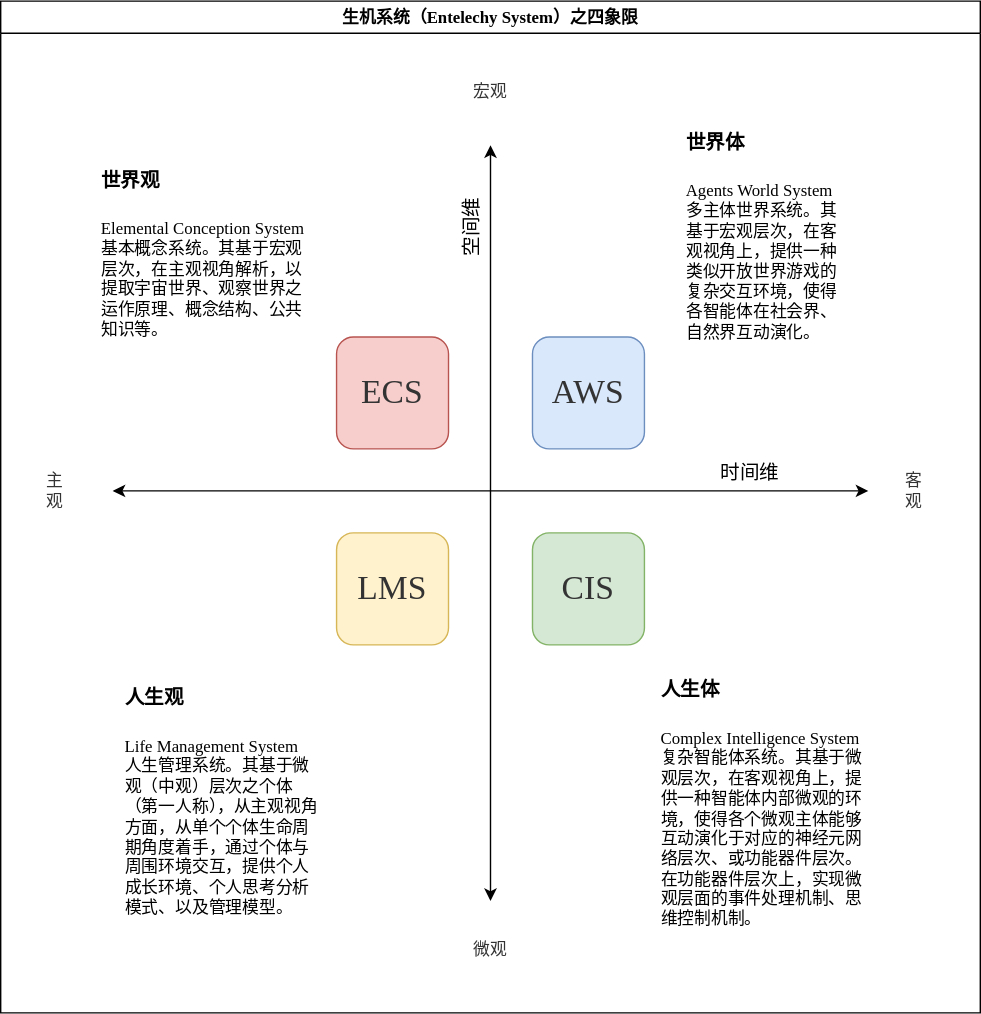
This is attachment/总体分析框架-生机系统之总体框架-四象限.drawio.svg from EntelechySystem/EntelechySystem, a draw.io export, as it was before one commit. Source tidied: cells renumbered, new cells last; positions are measured from the earlier drawing's top-left corner, leaving out a move shared by most shapes. The source it was exported from:
```xml
<mxGraphModel>
  <root>
    <mxCell id="0" />
    <mxCell id="1" parent="0" />
    <mxCell id="2" value="生机系统（Entelechy System）之四象限" style="swimlane;fontFamily=Times New Roman;fontSize=12;fixDash=0;" parent="1" vertex="1">
      <mxGeometry width="700" height="723" as="geometry" />
    </mxCell>
    <mxCell id="3" style="endArrow=classic;startArrow=classic;html=1;rounded=0;fontColor=#333333;flowAnimation=0;" parent="2" edge="1">
      <mxGeometry relative="1" as="geometry">
        <mxPoint x="80" y="350" as="sourcePoint" />
        <mxPoint x="620" y="350" as="targetPoint" />
      </mxGeometry>
    </mxCell>
    <mxCell id="4" value="时间维" style="edgeLabel;html=1;align=center;verticalAlign=middle;fontSize=14;fontFamily=Times New Roman;fontColor=default;" parent="3" vertex="1">
      <mxGeometry x="0.62" y="4" relative="1" as="geometry">
        <mxPoint x="17" y="-8" as="offset" />
      </mxGeometry>
    </mxCell>
    <mxCell id="5" style="endArrow=classic;startArrow=classic;html=1;rounded=0;fontColor=#333333;flowAnimation=0;" parent="2" edge="1">
      <mxGeometry relative="1" as="geometry">
        <mxPoint x="350" y="103" as="sourcePoint" />
        <mxPoint x="350" y="643" as="targetPoint" />
      </mxGeometry>
    </mxCell>
    <mxCell id="6" value="空间维" style="edgeLabel;html=1;align=center;verticalAlign=middle;fontSize=14;fontFamily=Times New Roman;fontColor=default;rotation=-90;" parent="5" vertex="1">
      <mxGeometry x="-0.82" y="-2" relative="1" as="geometry">
        <mxPoint x="-11" y="9" as="offset" />
      </mxGeometry>
    </mxCell>
    <mxCell id="7" value="宏观" style="text;html=1;strokeColor=none;fillColor=none;align=center;verticalAlign=middle;whiteSpace=wrap;rounded=0;fontColor=#333333;fontFamily=Times New Roman;" parent="2" vertex="1">
      <mxGeometry x="320" y="50" width="60" height="30" as="geometry" />
    </mxCell>
    <mxCell id="8" value="微观" style="text;html=1;strokeColor=none;fillColor=none;align=center;verticalAlign=middle;whiteSpace=wrap;rounded=0;fontColor=#333333;fontFamily=Times New Roman;" parent="2" vertex="1">
      <mxGeometry x="320" y="663" width="60" height="30" as="geometry" />
    </mxCell>
    <mxCell id="9" value="客观" style="text;html=1;strokeColor=none;fillColor=none;align=center;verticalAlign=middle;whiteSpace=wrap;rounded=0;fontColor=#333333;fontFamily=Times New Roman;horizontal=1;" parent="2" vertex="1">
      <mxGeometry x="642" y="334.5" width="21" height="30" as="geometry" />
    </mxCell>
    <mxCell id="10" value="主观" style="text;html=1;strokeColor=none;fillColor=none;align=center;verticalAlign=middle;whiteSpace=wrap;rounded=0;fontColor=#333333;fontFamily=Times New Roman;" parent="2" vertex="1">
      <mxGeometry x="29" y="334.5" width="20" height="30" as="geometry" />
    </mxCell>
    <mxCell id="11" value="&lt;h1 style=&quot;&quot;&gt;&lt;span style=&quot;font-size: 14px;&quot;&gt;世界体&lt;/span&gt;&lt;/h1&gt;&lt;p style=&quot;font-size: 12px;&quot;&gt;Agents World System 多主体世界系统。其基于宏观层次，在客观视角上，提供一种类似开放世界游戏的复杂交互环境，使得各智能体在社会界、自然界互动演化。&lt;/p&gt;" style="text;html=1;strokeColor=none;fillColor=none;spacing=5;spacingTop=-20;whiteSpace=wrap;overflow=hidden;rounded=0;fontFamily=Times New Roman;fontSize=12;" parent="2" vertex="1">
      <mxGeometry x="485" y="78" width="127" height="180.5" as="geometry" />
    </mxCell>
    <mxCell id="12" value="&lt;h1 style=&quot;&quot;&gt;&lt;span style=&quot;font-size: 14px;&quot;&gt;世界观&lt;/span&gt;&lt;/h1&gt;&lt;p style=&quot;font-size: 12px;&quot;&gt;Elemental Conception System 基本概念系统。其基于宏观层次，在主观视角解析，以提取宇宙世界、观察世界之运作原理、概念结构、公共知识等。&lt;br&gt;&lt;/p&gt;" style="text;html=1;strokeColor=none;fillColor=none;spacing=5;spacingTop=-20;whiteSpace=wrap;overflow=hidden;rounded=0;fontFamily=Times New Roman;fontSize=12;" parent="2" vertex="1">
      <mxGeometry x="66.5" y="104.5" width="160.5" height="150.5" as="geometry" />
    </mxCell>
    <mxCell id="13" value="&lt;p style=&quot;line-height: 1.2;&quot;&gt;&lt;/p&gt;&lt;h1 style=&quot;&quot;&gt;&lt;font style=&quot;font-size: 14px;&quot;&gt;人生观&lt;/font&gt;&lt;/h1&gt;&lt;p style=&quot;font-size: 12px;&quot;&gt;&lt;/p&gt;Life Management System 人生管理系统。其基于微观（中观）层次之个体（第一人称），从主观视角方面，从单个个体&lt;span style=&quot;background-color: initial;&quot;&gt;生命周期角度着手，通过个体与周围环境交互，&lt;/span&gt;&lt;span style=&quot;background-color: initial;&quot;&gt;提供个人成长环境、个人思考分析模式、以及管理模型。&lt;/span&gt;&lt;p&gt;&lt;/p&gt;" style="text;html=1;strokeColor=none;fillColor=none;spacing=5;spacingTop=-20;whiteSpace=wrap;overflow=hidden;rounded=0;fontFamily=Times New Roman;fontSize=12;" parent="2" vertex="1">
      <mxGeometry x="84" y="475" width="146" height="186" as="geometry" />
    </mxCell>
    <mxCell id="14" value="&lt;h1 style=&quot;&quot;&gt;&lt;span style=&quot;font-size: 14px;&quot;&gt;人生体&lt;/span&gt;&lt;/h1&gt;&lt;p style=&quot;font-size: 12px;&quot;&gt;Complex Intelligence System 复杂智能体系统。其基于微观层次，在客观视角上，提供一种智能体内部微观的环境，使得各个微观主体能够互动演化于对应的神经元网络层次、或功能器件层次。在功能器件层次上，实现微观层面的事件处理机制、思维控制机制。&lt;/p&gt;" style="text;html=1;strokeColor=none;fillColor=none;spacing=5;spacingTop=-20;whiteSpace=wrap;overflow=hidden;rounded=0;fontFamily=Times New Roman;fontSize=12;" parent="2" vertex="1">
      <mxGeometry x="467" y="469" width="163" height="206" as="geometry" />
    </mxCell>
    <mxCell id="15" value="LMS" style="rounded=1;whiteSpace=wrap;html=1;fontFamily=Times New Roman;fontSize=24;fillColor=#fff2cc;strokeColor=#d6b656;fontColor=#333333;" parent="2" vertex="1">
      <mxGeometry x="240" y="380" width="80" height="80" as="geometry" />
    </mxCell>
    <mxCell id="16" value="CIS" style="rounded=1;whiteSpace=wrap;html=1;fontFamily=Times New Roman;fontSize=24;fillColor=#d5e8d4;strokeColor=#82b366;fontColor=#333333;" parent="2" vertex="1">
      <mxGeometry x="380" y="380" width="80" height="80" as="geometry" />
    </mxCell>
    <mxCell id="17" value="AWS" style="rounded=1;whiteSpace=wrap;html=1;fontFamily=Times New Roman;fontSize=24;fillColor=#dae8fc;strokeColor=#6c8ebf;fontColor=#333333;" parent="2" vertex="1">
      <mxGeometry x="380" y="240" width="80" height="80" as="geometry" />
    </mxCell>
    <mxCell id="18" value="ECS" style="rounded=1;whiteSpace=wrap;html=1;fontFamily=Times New Roman;fontSize=24;fillColor=#f8cecc;strokeColor=#b85450;fontColor=#333333;" parent="2" vertex="1">
      <mxGeometry x="240" y="240" width="80" height="80" as="geometry" />
    </mxCell>
  </root>
</mxGraphModel>
```
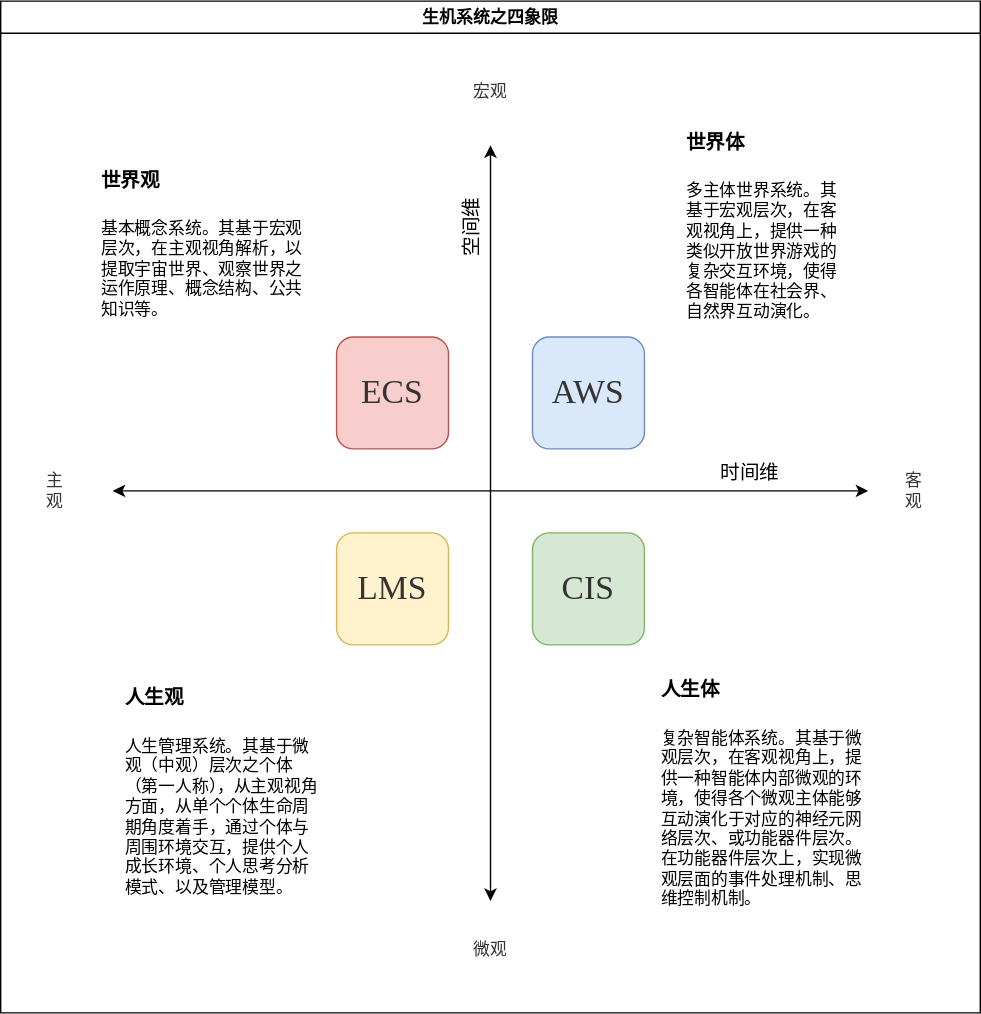
The same file after the commit.

The edit, as a diff of the source:
```diff
@@ -2,7 +2,7 @@
   <root>
     <mxCell id="0" />
     <mxCell id="1" parent="0" />
-    <mxCell id="2" value="生机系统（Entelechy System）之四象限" style="swimlane;fontFamily=Times New Roman;fontSize=12;fixDash=0;" parent="1" vertex="1">
+    <mxCell id="2" value="生机系统之四象限" style="swimlane;fontFamily=Times New Roman;fontSize=12;fixDash=0;" parent="1" vertex="1">
       <mxGeometry width="700" height="723" as="geometry" />
     </mxCell>
     <mxCell id="3" style="endArrow=classic;startArrow=classic;html=1;rounded=0;fontColor=#333333;flowAnimation=0;" parent="2" edge="1">
@@ -39,16 +39,16 @@
     <mxCell id="10" value="主观" style="text;html=1;strokeColor=none;fillColor=none;align=center;verticalAlign=middle;whiteSpace=wrap;rounded=0;fontColor=#333333;fontFamily=Times New Roman;" parent="2" vertex="1">
       <mxGeometry x="29" y="334.5" width="20" height="30" as="geometry" />
     </mxCell>
-    <mxCell id="11" value="&lt;h1 style=&quot;&quot;&gt;&lt;span style=&quot;font-size: 14px;&quot;&gt;世界体&lt;/span&gt;&lt;/h1&gt;&lt;p style=&quot;font-size: 12px;&quot;&gt;Agents World System 多主体世界系统。其基于宏观层次，在客观视角上，提供一种类似开放世界游戏的复杂交互环境，使得各智能体在社会界、自然界互动演化。&lt;/p&gt;" style="text;html=1;strokeColor=none;fillColor=none;spacing=5;spacingTop=-20;whiteSpace=wrap;overflow=hidden;rounded=0;fontFamily=Times New Roman;fontSize=12;" parent="2" vertex="1">
+    <mxCell id="11" value="&lt;h1 style=&quot;&quot;&gt;&lt;span style=&quot;font-size: 14px;&quot;&gt;世界体&lt;/span&gt;&lt;/h1&gt;&lt;p style=&quot;font-size: 12px;&quot;&gt;多主体世界系统。其基于宏观层次，在客观视角上，提供一种类似开放世界游戏的复杂交互环境，使得各智能体在社会界、自然界互动演化。&lt;/p&gt;" style="text;html=1;strokeColor=none;fillColor=none;spacing=5;spacingTop=-20;whiteSpace=wrap;overflow=hidden;rounded=0;fontFamily=Times New Roman;fontSize=12;" parent="2" vertex="1">
       <mxGeometry x="485" y="78" width="127" height="180.5" as="geometry" />
     </mxCell>
-    <mxCell id="12" value="&lt;h1 style=&quot;&quot;&gt;&lt;span style=&quot;font-size: 14px;&quot;&gt;世界观&lt;/span&gt;&lt;/h1&gt;&lt;p style=&quot;font-size: 12px;&quot;&gt;Elemental Conception System 基本概念系统。其基于宏观层次，在主观视角解析，以提取宇宙世界、观察世界之运作原理、概念结构、公共知识等。&lt;br&gt;&lt;/p&gt;" style="text;html=1;strokeColor=none;fillColor=none;spacing=5;spacingTop=-20;whiteSpace=wrap;overflow=hidden;rounded=0;fontFamily=Times New Roman;fontSize=12;" parent="2" vertex="1">
+    <mxCell id="12" value="&lt;h1 style=&quot;&quot;&gt;&lt;span style=&quot;font-size: 14px;&quot;&gt;世界观&lt;/span&gt;&lt;/h1&gt;&lt;p style=&quot;font-size: 12px;&quot;&gt;基本概念系统。其基于宏观层次，在主观视角解析，以提取宇宙世界、观察世界之运作原理、概念结构、公共知识等。&lt;br&gt;&lt;/p&gt;" style="text;html=1;strokeColor=none;fillColor=none;spacing=5;spacingTop=-20;whiteSpace=wrap;overflow=hidden;rounded=0;fontFamily=Times New Roman;fontSize=12;" parent="2" vertex="1">
       <mxGeometry x="66.5" y="104.5" width="160.5" height="150.5" as="geometry" />
     </mxCell>
-    <mxCell id="13" value="&lt;p style=&quot;line-height: 1.2;&quot;&gt;&lt;/p&gt;&lt;h1 style=&quot;&quot;&gt;&lt;font style=&quot;font-size: 14px;&quot;&gt;人生观&lt;/font&gt;&lt;/h1&gt;&lt;p style=&quot;font-size: 12px;&quot;&gt;&lt;/p&gt;Life Management System 人生管理系统。其基于微观（中观）层次之个体（第一人称），从主观视角方面，从单个个体&lt;span style=&quot;background-color: initial;&quot;&gt;生命周期角度着手，通过个体与周围环境交互，&lt;/span&gt;&lt;span style=&quot;background-color: initial;&quot;&gt;提供个人成长环境、个人思考分析模式、以及管理模型。&lt;/span&gt;&lt;p&gt;&lt;/p&gt;" style="text;html=1;strokeColor=none;fillColor=none;spacing=5;spacingTop=-20;whiteSpace=wrap;overflow=hidden;rounded=0;fontFamily=Times New Roman;fontSize=12;" parent="2" vertex="1">
+    <mxCell id="13" value="&lt;p style=&quot;line-height: 1.2;&quot;&gt;&lt;/p&gt;&lt;h1 style=&quot;&quot;&gt;&lt;font style=&quot;font-size: 14px;&quot;&gt;人生观&lt;/font&gt;&lt;/h1&gt;&lt;p style=&quot;font-size: 12px;&quot;&gt;&lt;/p&gt;人生管理系统。其基于微观（中观）层次之个体（第一人称），从主观视角方面，从单个个体&lt;span style=&quot;background-color: initial;&quot;&gt;生命周期角度着手，通过个体与周围环境交互，&lt;/span&gt;&lt;span style=&quot;background-color: initial;&quot;&gt;提供个人成长环境、个人思考分析模式、以及管理模型。&lt;/span&gt;&lt;p&gt;&lt;/p&gt;" style="text;html=1;strokeColor=none;fillColor=none;spacing=5;spacingTop=-20;whiteSpace=wrap;overflow=hidden;rounded=0;fontFamily=Times New Roman;fontSize=12;" parent="2" vertex="1">
       <mxGeometry x="84" y="475" width="146" height="186" as="geometry" />
     </mxCell>
-    <mxCell id="14" value="&lt;h1 style=&quot;&quot;&gt;&lt;span style=&quot;font-size: 14px;&quot;&gt;人生体&lt;/span&gt;&lt;/h1&gt;&lt;p style=&quot;font-size: 12px;&quot;&gt;Complex Intelligence System 复杂智能体系统。其基于微观层次，在客观视角上，提供一种智能体内部微观的环境，使得各个微观主体能够互动演化于对应的神经元网络层次、或功能器件层次。在功能器件层次上，实现微观层面的事件处理机制、思维控制机制。&lt;/p&gt;" style="text;html=1;strokeColor=none;fillColor=none;spacing=5;spacingTop=-20;whiteSpace=wrap;overflow=hidden;rounded=0;fontFamily=Times New Roman;fontSize=12;" parent="2" vertex="1">
+    <mxCell id="14" value="&lt;h1 style=&quot;&quot;&gt;&lt;span style=&quot;font-size: 14px;&quot;&gt;人生体&lt;/span&gt;&lt;/h1&gt;&lt;p style=&quot;font-size: 12px;&quot;&gt;复杂智能体系统。其基于微观层次，在客观视角上，提供一种智能体内部微观的环境，使得各个微观主体能够互动演化于对应的神经元网络层次、或功能器件层次。在功能器件层次上，实现微观层面的事件处理机制、思维控制机制。&lt;/p&gt;" style="text;html=1;strokeColor=none;fillColor=none;spacing=5;spacingTop=-20;whiteSpace=wrap;overflow=hidden;rounded=0;fontFamily=Times New Roman;fontSize=12;" parent="2" vertex="1">
       <mxGeometry x="467" y="469" width="163" height="206" as="geometry" />
     </mxCell>
     <mxCell id="15" value="LMS" style="rounded=1;whiteSpace=wrap;html=1;fontFamily=Times New Roman;fontSize=24;fillColor=#fff2cc;strokeColor=#d6b656;fontColor=#333333;" parent="2" vertex="1">
```
